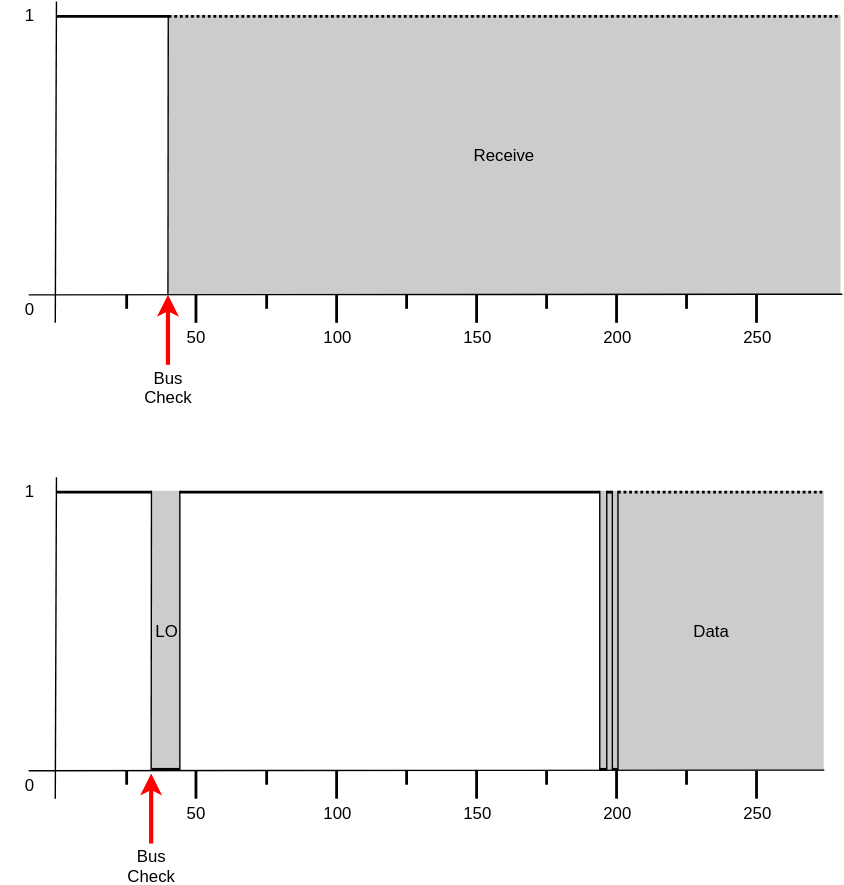
Before: images/bus-collision-good.svg, a diagram exported from draw.io (sabas1080/jacdac). Source tidied: cells renumbered, new cells last; positions are measured from the earlier drawing's top-left corner, leaving out a move shared by most shapes.
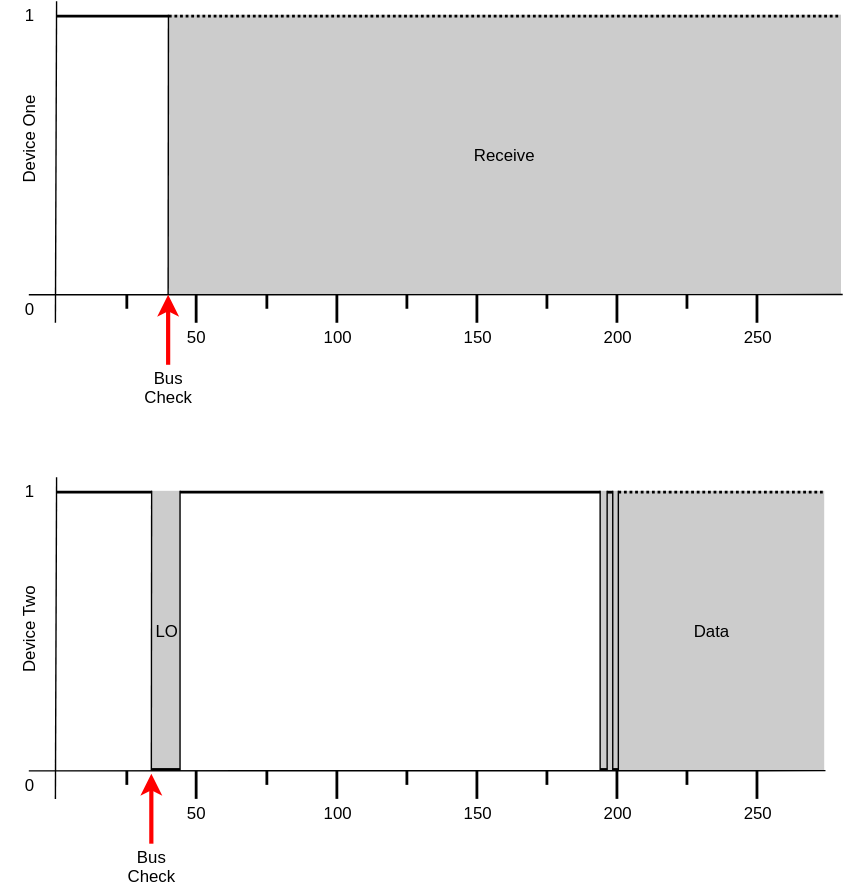
Later version of the same file.

What changed in the source:
```diff
@@ -293,5 +293,11 @@
     <mxCell id="64" value="Bus Check" style="text;html=1;strokeColor=none;fillColor=none;align=center;verticalAlign=middle;whiteSpace=wrap;rounded=0;" parent="1" vertex="1">
       <mxGeometry x="100" y="266" width="40" height="20" as="geometry" />
     </mxCell>
+    <mxCell id="65" value="Device One" style="text;html=1;strokeColor=none;fillColor=none;align=center;verticalAlign=middle;whiteSpace=wrap;rounded=0;horizontal=0;" parent="1" vertex="1">
+      <mxGeometry x="5" y="50" width="30" height="100" as="geometry" />
+    </mxCell>
+    <mxCell id="66" value="Device Two" style="text;html=1;strokeColor=none;fillColor=none;align=center;verticalAlign=middle;whiteSpace=wrap;rounded=0;horizontal=0;" parent="1" vertex="1">
+      <mxGeometry x="5" y="400" width="30" height="100" as="geometry" />
+    </mxCell>
   </root>
 </mxGraphModel>
```
